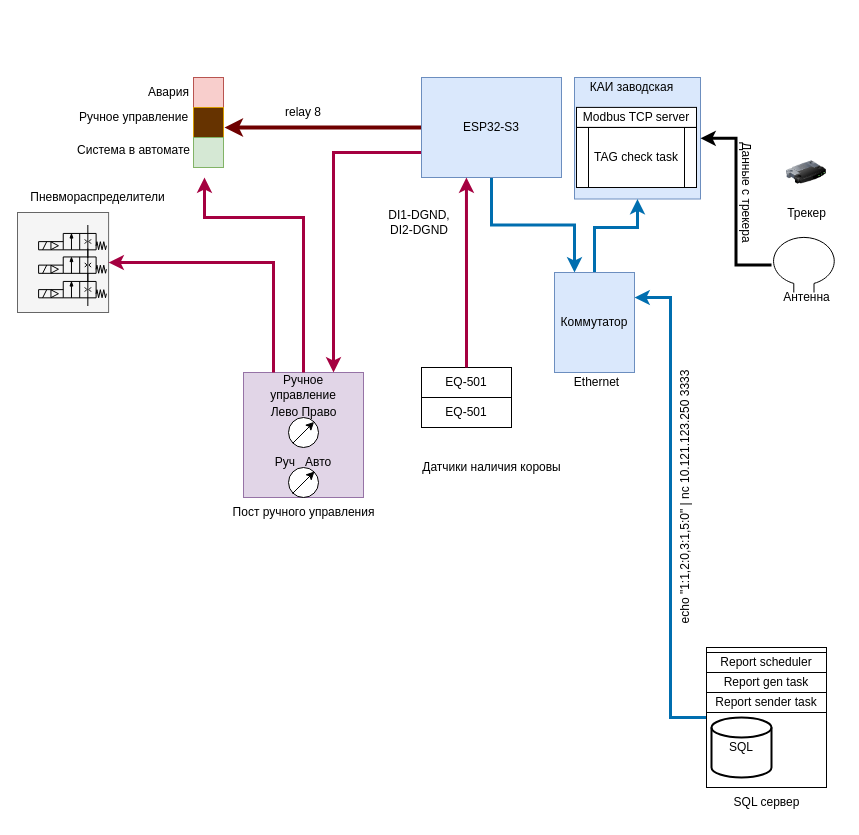
Before: page "v1" (4 of 4) of KAI.drawio in megavad/Diagrams, a draw.io diagram. Source tidied: cells renumbered, new cells numbered last; positions are measured from the earlier drawing's top-left corner, leaving out a move shared by most shapes. Both pictures are drawn from the tidied source at 100%, with x=0, y=0 at pixel (17, 72).
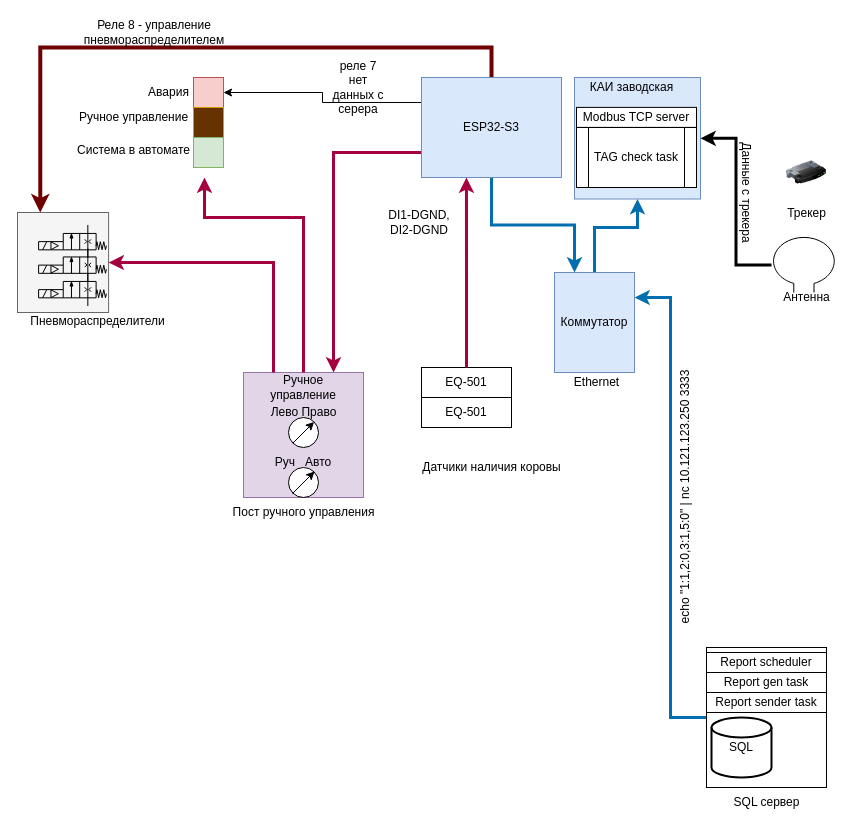
After the change.

The change refers to these unchanged cells:
```xml
<mxCell id="2" style="rounded=0;whiteSpace=wrap;html=1;fillColor=#f5f5f5;fontColor=#333333;strokeColor=#666666;" parent="1" vertex="1">
  <mxGeometry y="140" width="91.1" height="100" as="geometry" />
</mxCell>
<mxCell id="3" style="whiteSpace=wrap;html=1;fillColor=#f8cecc;strokeColor=#b85450;" parent="1" vertex="1">
  <mxGeometry x="176" y="5" width="30" height="30" as="geometry" />
</mxCell>
<mxCell id="46" value="ESP32-S3" style="rounded=0;whiteSpace=wrap;html=1;fillColor=#dae8fc;strokeColor=#6c8ebf;" parent="1" vertex="1">
  <mxGeometry x="404" y="5" width="140" height="100" as="geometry" />
</mxCell>
```

Change to the diagram source:
```diff
@@
     <mxCell id="35" value="Пневмораспределители" style="text;html=1;align=center;verticalAlign=middle;strokeColor=none;fillColor=none;" parent="1" vertex="1">
-      <mxGeometry y="110" width="160" height="30" as="geometry" />
+      <mxGeometry y="233.5" width="160" height="30" as="geometry" />
     </mxCell>
@@
-    <mxCell id="43" style="edgeStyle=orthogonalEdgeStyle;rounded=0;jettySize=auto;html=1;fillColor=#a20025;strokeColor=#6F0000;strokeWidth=4;" parent="1" edge="1" source="46">
+    <mxCell id="43" style="edgeStyle=orthogonalEdgeStyle;rounded=0;jettySize=auto;html=1;fillColor=#a20025;strokeColor=#6F0000;strokeWidth=4;entryX=0.25;entryY=0;entryDx=0;entryDy=0;" parent="1" edge="1" source="46" target="2">
       <mxGeometry relative="1" as="geometry">
-        <mxPoint x="207" y="55" as="targetPoint" />
+        <Array as="points">
+          <mxPoint x="474" y="-25" />
+          <mxPoint x="23" y="-25" />
+        </Array>
       </mxGeometry>
     </mxCell>
@@
+    <mxCell id="54" style="edgeStyle=orthogonalEdgeStyle;rounded=0;jettySize=auto;html=1;exitX=0;exitY=0.25;exitDx=0;exitDy=0;entryX=1;entryY=0.5;entryDx=0;entryDy=0;" parent="1" edge="1" source="46" target="3">
+      <mxGeometry relative="1" as="geometry" />
+    </mxCell>
@@
-    <mxCell id="52" value="relay 8" style="text;html=1;whiteSpace=wrap;strokeColor=none;fillColor=none;align=center;verticalAlign=middle;rounded=0;" parent="1" vertex="1">
-      <mxGeometry x="256" y="24.9" width="60" height="30" as="geometry" />
+    <mxCell id="52" value="реле 7&lt;div&gt;&lt;div&gt;нет данных с серера&lt;/div&gt;&lt;/div&gt;" style="text;html=1;whiteSpace=wrap;strokeColor=none;fillColor=none;align=center;verticalAlign=middle;rounded=0;" parent="1" vertex="1">
+      <mxGeometry x="311" y="-0.1" width="60" height="30" as="geometry" />
     </mxCell>
@@
+    <mxCell id="55" value="Реле 8 - управление пневмораспределителем" style="text;html=1;whiteSpace=wrap;strokeColor=none;fillColor=none;align=center;verticalAlign=middle;rounded=0;" parent="1" vertex="1">
+      <mxGeometry x="107" y="-55" width="60" height="30" as="geometry" />
+    </mxCell>
```
